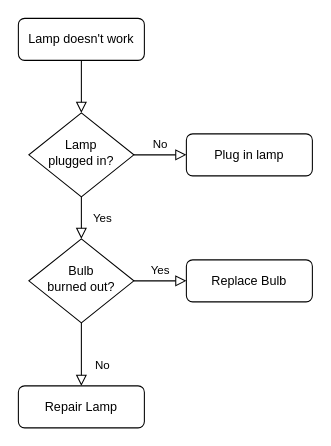
RJz9/RJz9 keeps this draw.io diagram as 20240620__automation_YouTube_test.drawio. Above is the earlier version. Source tidied: cells renumbered, new cells numbered last; positions are measured from the earlier drawing's top-left corner, leaving out a move shared by most shapes. Both pictures are drawn from the tidied source at 105%, with x=0, y=0 at pixel (18, 18).
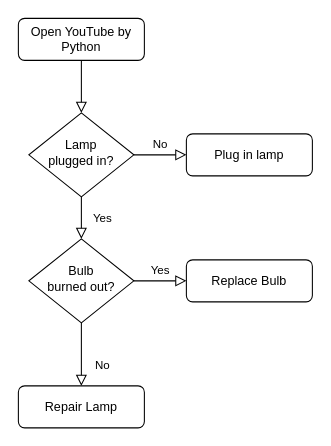
After the change.

Diff of the diagram source:
```diff
@@
 <mxGraphModel>
   <root>
     <mxCell id="0" />
     <mxCell id="1" parent="0" />
     <mxCell id="2" style="rounded=0;html=1;jettySize=auto;fontSize=11;endArrow=block;endFill=0;endSize=8;strokeWidth=1;shadow=0;labelBackgroundColor=none;edgeStyle=orthogonalEdgeStyle;" parent="1" edge="1" source="3" target="6">
       <mxGeometry relative="1" as="geometry" />
     </mxCell>
-    <mxCell id="3" value="Lamp doesn't work" style="rounded=1;whiteSpace=wrap;html=1;fontSize=12;glass=0;strokeWidth=1;shadow=0;" parent="1" vertex="1">
+    <mxCell id="3" value="Open YouTube by Python" style="rounded=1;whiteSpace=wrap;html=1;fontSize=12;glass=0;strokeWidth=1;shadow=0;" parent="1" vertex="1">
       <mxGeometry width="120" height="40" as="geometry" />
     </mxCell>
     <mxCell id="4" value="Yes" style="rounded=0;html=1;jettySize=auto;fontSize=11;endArrow=block;endFill=0;endSize=8;strokeWidth=1;shadow=0;labelBackgroundColor=none;edgeStyle=orthogonalEdgeStyle;" parent="1" edge="1" source="6" target="10">
       <mxGeometry y="20" relative="1" as="geometry" />
     </mxCell>
     <mxCell id="5" value="No" style="edgeStyle=orthogonalEdgeStyle;rounded=0;html=1;jettySize=auto;fontSize=11;endArrow=block;endFill=0;endSize=8;strokeWidth=1;shadow=0;labelBackgroundColor=none;" parent="1" edge="1" source="6" target="7">
       <mxGeometry y="10" relative="1" as="geometry" />
     </mxCell>
     <mxCell id="6" value="Lamp&lt;br&gt;plugged in?" style="rhombus;whiteSpace=wrap;html=1;shadow=0;fontFamily=Helvetica;fontSize=12;align=center;strokeWidth=1;spacing=6;spacingTop=-4;" parent="1" vertex="1">
       <mxGeometry x="10" y="90" width="100" height="80" as="geometry" />
     </mxCell>
     <mxCell id="7" value="Plug in lamp" style="rounded=1;whiteSpace=wrap;html=1;fontSize=12;glass=0;strokeWidth=1;shadow=0;" parent="1" vertex="1">
       <mxGeometry x="160" y="110" width="120" height="40" as="geometry" />
     </mxCell>
     <mxCell id="8" value="No" style="rounded=0;html=1;jettySize=auto;fontSize=11;endArrow=block;endFill=0;endSize=8;strokeWidth=1;shadow=0;labelBackgroundColor=none;edgeStyle=orthogonalEdgeStyle;" parent="1" edge="1" source="10" target="11">
       <mxGeometry x="0.33" y="20" relative="1" as="geometry" />
     </mxCell>
     <mxCell id="9" value="Yes" style="edgeStyle=orthogonalEdgeStyle;rounded=0;html=1;jettySize=auto;fontSize=11;endArrow=block;endFill=0;endSize=8;strokeWidth=1;shadow=0;labelBackgroundColor=none;" parent="1" edge="1" source="10" target="12">
       <mxGeometry y="10" relative="1" as="geometry" />
     </mxCell>
     <mxCell id="10" value="Bulb&lt;br&gt;burned out?" style="rhombus;whiteSpace=wrap;html=1;shadow=0;fontFamily=Helvetica;fontSize=12;align=center;strokeWidth=1;spacing=6;spacingTop=-4;" parent="1" vertex="1">
       <mxGeometry x="10" y="210" width="100" height="80" as="geometry" />
     </mxCell>
     <mxCell id="11" value="Repair Lamp" style="rounded=1;whiteSpace=wrap;html=1;fontSize=12;glass=0;strokeWidth=1;shadow=0;" parent="1" vertex="1">
       <mxGeometry y="350" width="120" height="40" as="geometry" />
     </mxCell>
     <mxCell id="12" value="Replace Bulb" style="rounded=1;whiteSpace=wrap;html=1;fontSize=12;glass=0;strokeWidth=1;shadow=0;" parent="1" vertex="1">
       <mxGeometry x="160" y="230" width="120" height="40" as="geometry" />
     </mxCell>
   </root>
 </mxGraphModel>
```
